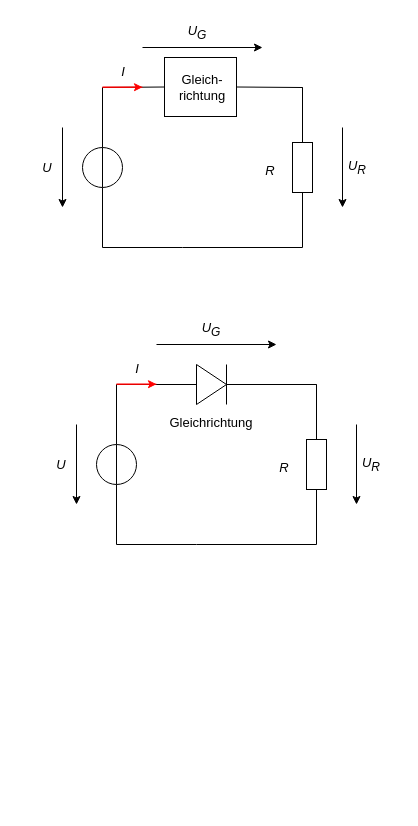
The draw.io diagram forschungspraktikum.drawio in reinlten/TPA_Kolb, before the edit. Source tidied: cells renumbered, new cells numbered last; positions are measured from the earlier drawing's top-left corner, leaving out a move shared by most shapes. Both pictures are drawn from the tidied source at 100%, with x=0, y=0 at pixel (17, 17).
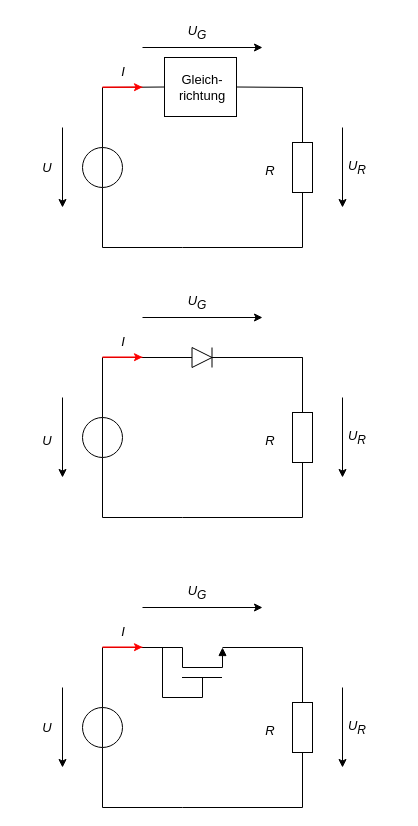
After the change.

The edit, as a diff of the source:
```diff
@@
-    <mxCell id="21" style="endArrow=none;html=1;rounded=0;fontSize=13;" parent="1" edge="1">
-      <mxGeometry relative="1" as="geometry">
-        <mxPoint x="99" y="367" as="sourcePoint" />
-        <mxPoint x="179" y="367" as="targetPoint" />
-      </mxGeometry>
-    </mxCell>
@@
-    <mxCell id="23" style="endArrow=none;html=1;rounded=0;fontSize=13;" parent="1" edge="1" source="26">
-      <mxGeometry relative="1" as="geometry">
-        <mxPoint x="99" y="367" as="targetPoint" />
-      </mxGeometry>
-    </mxCell>
-    <mxCell id="24" style="endArrow=none;html=1;rounded=0;fontSize=13;" parent="1" edge="1">
-      <mxGeometry relative="1" as="geometry">
-        <mxPoint x="99" y="527" as="sourcePoint" />
-        <mxPoint x="179" y="527" as="targetPoint" />
-      </mxGeometry>
-    </mxCell>
-    <mxCell id="25" style="endArrow=none;html=1;rounded=0;fontSize=13;" parent="1" edge="1" target="26">
-      <mxGeometry relative="1" as="geometry">
-        <mxPoint x="99" y="527" as="sourcePoint" />
-      </mxGeometry>
-    </mxCell>
-    <mxCell id="26" style="ellipse;whiteSpace=wrap;html=1;fontSize=13;" parent="1" vertex="1">
-      <mxGeometry x="79" y="427" width="40" height="40" as="geometry" />
-    </mxCell>
-    <mxCell id="27" style="endArrow=none;html=1;rounded=0;exitX=0.5;exitY=1;exitDx=0;exitDy=0;entryX=0.5;entryY=0;entryDx=0;entryDy=0;fontSize=13;" parent="1" edge="1" source="26" target="26">
-      <mxGeometry relative="1" as="geometry" />
-    </mxCell>
-    <mxCell id="28" style="triangle;whiteSpace=wrap;html=1;fontSize=13;" parent="1" vertex="1">
-      <mxGeometry x="179" y="347" width="30" height="40" as="geometry" />
-    </mxCell>
-    <mxCell id="29" style="endArrow=none;html=1;rounded=0;fontSize=13;" parent="1" edge="1">
-      <mxGeometry relative="1" as="geometry">
-        <mxPoint x="209" y="387" as="sourcePoint" />
-        <mxPoint x="209" y="347" as="targetPoint" />
-      </mxGeometry>
-    </mxCell>
-    <mxCell id="30" style="endArrow=none;html=1;rounded=0;fontSize=13;" parent="1" edge="1" source="32">
-      <mxGeometry relative="1" as="geometry">
-        <mxPoint x="179" y="527" as="targetPoint" />
-        <Array as="points">
-          <mxPoint x="299" y="367" />
-          <mxPoint x="299" y="527" />
-        </Array>
-      </mxGeometry>
-    </mxCell>
-    <mxCell id="31" style="endArrow=none;html=1;rounded=0;fontSize=13;" parent="1" edge="1">
-      <mxGeometry relative="1" as="geometry">
-        <mxPoint x="209" y="367" as="sourcePoint" />
-        <mxPoint x="299" y="367" as="targetPoint" />
-      </mxGeometry>
-    </mxCell>
-    <mxCell id="32" style="rounded=0;whiteSpace=wrap;html=1;fontSize=13;" parent="1" vertex="1">
-      <mxGeometry x="289" y="422" width="20" height="50" as="geometry" />
-    </mxCell>
-    <mxCell id="33" style="endArrow=classic;html=1;rounded=0;fontSize=13;" parent="1" edge="1">
-      <mxGeometry relative="1" as="geometry">
-        <mxPoint x="59" y="407" as="sourcePoint" />
-        <mxPoint x="59" y="487" as="targetPoint" />
-      </mxGeometry>
-    </mxCell>
-    <mxCell id="34" style="endArrow=classic;html=1;rounded=0;fontSize=13;" parent="1" edge="1">
-      <mxGeometry relative="1" as="geometry">
-        <mxPoint x="139" y="327" as="sourcePoint" />
-        <mxPoint x="259" y="327" as="targetPoint" />
-      </mxGeometry>
-    </mxCell>
-    <mxCell id="35" style="endArrow=classic;html=1;rounded=0;fontSize=13;" parent="1" edge="1">
-      <mxGeometry relative="1" as="geometry">
-        <mxPoint x="339" y="407" as="sourcePoint" />
-        <mxPoint x="339" y="487" as="targetPoint" />
-      </mxGeometry>
-    </mxCell>
-    <mxCell id="36" style="endArrow=classic;html=1;rounded=0;strokeColor=#ff0000;fontSize=13;" parent="1" edge="1">
-      <mxGeometry relative="1" as="geometry">
-        <mxPoint x="139" y="366.7" as="sourcePoint" />
-        <mxPoint x="139" y="366.7" as="targetPoint" />
-        <Array as="points">
-          <mxPoint x="99" y="366.7" />
-        </Array>
-      </mxGeometry>
-    </mxCell>
-    <mxCell id="37" value="&lt;i style=&quot;font-size: 13px;&quot;&gt;U&lt;/i&gt;" style="text;strokeColor=none;align=center;fillColor=none;html=1;verticalAlign=middle;whiteSpace=wrap;rounded=0;fontSize=13;" parent="1" vertex="1">
-      <mxGeometry x="14" y="432" width="60" height="30" as="geometry" />
-    </mxCell>
-    <mxCell id="38" value="&lt;i style=&quot;&quot;&gt;U&lt;sub style=&quot;&quot;&gt;&lt;font style=&quot;font-size: 12px;&quot;&gt;R&lt;/font&gt;&lt;/sub&gt;&lt;/i&gt;" style="text;strokeColor=none;align=center;fillColor=none;html=1;verticalAlign=middle;whiteSpace=wrap;rounded=0;fontSize=13;" parent="1" vertex="1">
-      <mxGeometry x="324" y="432" width="60" height="30" as="geometry" />
-    </mxCell>
-    <mxCell id="39" value="&lt;i style=&quot;&quot;&gt;U&lt;sub style=&quot;&quot;&gt;&lt;font style=&quot;font-size: 12px;&quot;&gt;G&lt;/font&gt;&lt;/sub&gt;&lt;/i&gt;" style="text;strokeColor=none;align=center;fillColor=none;html=1;verticalAlign=middle;whiteSpace=wrap;rounded=0;fontSize=13;" parent="1" vertex="1">
-      <mxGeometry x="164" y="297" width="60" height="30" as="geometry" />
-    </mxCell>
-    <mxCell id="40" value="&lt;i style=&quot;font-size: 13px;&quot;&gt;I&lt;/i&gt;" style="text;strokeColor=none;align=center;fillColor=none;html=1;verticalAlign=middle;whiteSpace=wrap;rounded=0;fontSize=13;" parent="1" vertex="1">
-      <mxGeometry x="90" y="336" width="60" height="30" as="geometry" />
-    </mxCell>
-    <mxCell id="41" value="&lt;i style=&quot;font-size: 13px;&quot;&gt;R&lt;/i&gt;" style="text;strokeColor=none;align=center;fillColor=none;html=1;verticalAlign=middle;whiteSpace=wrap;rounded=0;fontSize=13;" parent="1" vertex="1">
-      <mxGeometry x="237" y="435" width="60" height="30" as="geometry" />
-    </mxCell>
-    <mxCell id="42" value="Gleichrichtung" style="text;strokeColor=none;align=center;fillColor=none;html=1;verticalAlign=middle;whiteSpace=wrap;rounded=0;fontSize=13;" parent="1" vertex="1">
-      <mxGeometry x="143" y="390" width="102" height="30" as="geometry" />
-    </mxCell>
+    <mxCell id="43" style="endArrow=none;html=1;rounded=0;fontSize=13;entryX=0;entryY=0.5;entryDx=0;entryDy=0;" parent="1" edge="1" target="61">
+      <mxGeometry relative="1" as="geometry">
+        <mxPoint x="85" y="340" as="sourcePoint" />
+      </mxGeometry>
+    </mxCell>
+    <mxCell id="44" style="endArrow=none;html=1;rounded=0;fontSize=13;" parent="1" edge="1" source="47">
+      <mxGeometry relative="1" as="geometry">
+        <mxPoint x="85" y="340" as="targetPoint" />
+      </mxGeometry>
+    </mxCell>
+    <mxCell id="45" style="endArrow=none;html=1;rounded=0;fontSize=13;" parent="1" edge="1">
+      <mxGeometry relative="1" as="geometry">
+        <mxPoint x="85" y="500" as="sourcePoint" />
+        <mxPoint x="165" y="500" as="targetPoint" />
+      </mxGeometry>
+    </mxCell>
+    <mxCell id="46" style="endArrow=none;html=1;rounded=0;fontSize=13;" parent="1" edge="1" target="47">
+      <mxGeometry relative="1" as="geometry">
+        <mxPoint x="85" y="500" as="sourcePoint" />
+      </mxGeometry>
+    </mxCell>
+    <mxCell id="47" style="ellipse;whiteSpace=wrap;html=1;fontSize=13;" parent="1" vertex="1">
+      <mxGeometry x="65" y="400" width="40" height="40" as="geometry" />
+    </mxCell>
+    <mxCell id="48" style="endArrow=none;html=1;rounded=0;exitX=0.5;exitY=1;exitDx=0;exitDy=0;entryX=0.5;entryY=0;entryDx=0;entryDy=0;fontSize=13;" parent="1" edge="1" source="47" target="47">
+      <mxGeometry relative="1" as="geometry" />
+    </mxCell>
+    <mxCell id="49" style="endArrow=none;html=1;rounded=0;fontSize=13;" parent="1" edge="1" source="51">
+      <mxGeometry relative="1" as="geometry">
+        <mxPoint x="165" y="500" as="targetPoint" />
+        <Array as="points">
+          <mxPoint x="285" y="340" />
+          <mxPoint x="285" y="500" />
+        </Array>
+      </mxGeometry>
+    </mxCell>
+    <mxCell id="50" style="endArrow=none;html=1;rounded=0;fontSize=13;exitX=1;exitY=0.5;exitDx=0;exitDy=0;" parent="1" edge="1" source="61">
+      <mxGeometry relative="1" as="geometry">
+        <mxPoint x="285" y="340" as="targetPoint" />
+      </mxGeometry>
+    </mxCell>
+    <mxCell id="51" style="rounded=0;whiteSpace=wrap;html=1;fontSize=13;" parent="1" vertex="1">
+      <mxGeometry x="275" y="395" width="20" height="50" as="geometry" />
+    </mxCell>
+    <mxCell id="52" style="endArrow=classic;html=1;rounded=0;fontSize=13;" parent="1" edge="1">
+      <mxGeometry relative="1" as="geometry">
+        <mxPoint x="45" y="380" as="sourcePoint" />
+        <mxPoint x="45" y="460" as="targetPoint" />
+      </mxGeometry>
+    </mxCell>
+    <mxCell id="53" style="endArrow=classic;html=1;rounded=0;fontSize=13;" parent="1" edge="1">
+      <mxGeometry relative="1" as="geometry">
+        <mxPoint x="125" y="300" as="sourcePoint" />
+        <mxPoint x="245" y="300" as="targetPoint" />
+      </mxGeometry>
+    </mxCell>
+    <mxCell id="54" style="endArrow=classic;html=1;rounded=0;fontSize=13;" parent="1" edge="1">
+      <mxGeometry relative="1" as="geometry">
+        <mxPoint x="325" y="380" as="sourcePoint" />
+        <mxPoint x="325" y="460" as="targetPoint" />
+      </mxGeometry>
+    </mxCell>
+    <mxCell id="55" style="endArrow=classic;html=1;rounded=0;strokeColor=#ff0000;fontSize=13;" parent="1" edge="1">
+      <mxGeometry relative="1" as="geometry">
+        <mxPoint x="125" y="339.7" as="sourcePoint" />
+        <mxPoint x="125" y="339.7" as="targetPoint" />
+        <Array as="points">
+          <mxPoint x="85" y="339.7" />
+        </Array>
+      </mxGeometry>
+    </mxCell>
+    <mxCell id="56" value="&lt;i style=&quot;font-size: 13px;&quot;&gt;U&lt;/i&gt;" style="text;strokeColor=none;align=center;fillColor=none;html=1;verticalAlign=middle;whiteSpace=wrap;rounded=0;fontSize=13;" parent="1" vertex="1">
+      <mxGeometry y="408" width="60" height="30" as="geometry" />
+    </mxCell>
+    <mxCell id="57" value="&lt;i style=&quot;&quot;&gt;U&lt;sub style=&quot;&quot;&gt;&lt;font style=&quot;font-size: 12px;&quot;&gt;R&lt;/font&gt;&lt;/sub&gt;&lt;/i&gt;" style="text;strokeColor=none;align=center;fillColor=none;html=1;verticalAlign=middle;whiteSpace=wrap;rounded=0;fontSize=13;" parent="1" vertex="1">
+      <mxGeometry x="310" y="405" width="60" height="30" as="geometry" />
+    </mxCell>
+    <mxCell id="58" value="&lt;i style=&quot;&quot;&gt;U&lt;sub style=&quot;&quot;&gt;&lt;font style=&quot;font-size: 12px;&quot;&gt;G&lt;/font&gt;&lt;/sub&gt;&lt;/i&gt;" style="text;strokeColor=none;align=center;fillColor=none;html=1;verticalAlign=middle;whiteSpace=wrap;rounded=0;fontSize=13;" parent="1" vertex="1">
+      <mxGeometry x="150" y="270" width="60" height="30" as="geometry" />
+    </mxCell>
+    <mxCell id="59" value="&lt;i style=&quot;font-size: 13px;&quot;&gt;I&lt;/i&gt;" style="text;strokeColor=none;align=center;fillColor=none;html=1;verticalAlign=middle;whiteSpace=wrap;rounded=0;fontSize=13;" parent="1" vertex="1">
+      <mxGeometry x="76" y="309" width="60" height="30" as="geometry" />
+    </mxCell>
+    <mxCell id="60" value="&lt;i style=&quot;font-size: 13px;&quot;&gt;R&lt;/i&gt;" style="text;strokeColor=none;align=center;fillColor=none;html=1;verticalAlign=middle;whiteSpace=wrap;rounded=0;fontSize=13;" parent="1" vertex="1">
+      <mxGeometry x="223" y="408" width="60" height="30" as="geometry" />
+    </mxCell>
+    <mxCell id="61" style="triangle;whiteSpace=wrap;html=1;" parent="1" vertex="1">
+      <mxGeometry x="174.5" y="330" width="20" height="20" as="geometry" />
+    </mxCell>
+    <mxCell id="62" style="endArrow=none;html=1;rounded=0;" parent="1" edge="1">
+      <mxGeometry relative="1" as="geometry">
+        <mxPoint x="194.5" y="330" as="sourcePoint" />
+        <mxPoint x="194.5" y="350" as="targetPoint" />
+      </mxGeometry>
+    </mxCell>
+    <mxCell id="63" style="endArrow=none;html=1;rounded=0;fontSize=13;" parent="1" edge="1">
+      <mxGeometry relative="1" as="geometry">
+        <mxPoint x="85" y="630" as="sourcePoint" />
+        <mxPoint x="165" y="630" as="targetPoint" />
+      </mxGeometry>
+    </mxCell>
+    <mxCell id="64" style="endArrow=none;html=1;rounded=0;fontSize=13;" parent="1" edge="1" source="67">
+      <mxGeometry relative="1" as="geometry">
+        <mxPoint x="85" y="630" as="targetPoint" />
+      </mxGeometry>
+    </mxCell>
+    <mxCell id="65" style="endArrow=none;html=1;rounded=0;fontSize=13;" parent="1" edge="1">
+      <mxGeometry relative="1" as="geometry">
+        <mxPoint x="85" y="790" as="sourcePoint" />
+        <mxPoint x="165" y="790" as="targetPoint" />
+      </mxGeometry>
+    </mxCell>
+    <mxCell id="66" style="endArrow=none;html=1;rounded=0;fontSize=13;" parent="1" edge="1" target="67">
+      <mxGeometry relative="1" as="geometry">
+        <mxPoint x="85" y="790" as="sourcePoint" />
+      </mxGeometry>
+    </mxCell>
+    <mxCell id="67" style="ellipse;whiteSpace=wrap;html=1;fontSize=13;" parent="1" vertex="1">
+      <mxGeometry x="65" y="690" width="40" height="40" as="geometry" />
+    </mxCell>
+    <mxCell id="68" style="endArrow=none;html=1;rounded=0;exitX=0.5;exitY=1;exitDx=0;exitDy=0;entryX=0.5;entryY=0;entryDx=0;entryDy=0;fontSize=13;" parent="1" edge="1" source="67" target="67">
+      <mxGeometry relative="1" as="geometry" />
+    </mxCell>
+    <mxCell id="69" style="endArrow=none;html=1;rounded=0;fontSize=13;" parent="1" edge="1" source="71">
+      <mxGeometry relative="1" as="geometry">
+        <mxPoint x="165" y="790" as="targetPoint" />
+        <Array as="points">
+          <mxPoint x="285" y="630" />
+          <mxPoint x="285" y="790" />
+        </Array>
+      </mxGeometry>
+    </mxCell>
+    <mxCell id="70" style="endArrow=none;html=1;rounded=0;fontSize=13;" parent="1" edge="1">
+      <mxGeometry relative="1" as="geometry">
+        <mxPoint x="205" y="630" as="sourcePoint" />
+        <mxPoint x="285" y="630" as="targetPoint" />
+      </mxGeometry>
+    </mxCell>
+    <mxCell id="71" style="rounded=0;whiteSpace=wrap;html=1;fontSize=13;" parent="1" vertex="1">
+      <mxGeometry x="275" y="685" width="20" height="50" as="geometry" />
+    </mxCell>
+    <mxCell id="72" style="endArrow=classic;html=1;rounded=0;fontSize=13;" parent="1" edge="1">
+      <mxGeometry relative="1" as="geometry">
+        <mxPoint x="45" y="670" as="sourcePoint" />
+        <mxPoint x="45" y="750" as="targetPoint" />
+      </mxGeometry>
+    </mxCell>
+    <mxCell id="73" style="endArrow=classic;html=1;rounded=0;fontSize=13;" parent="1" edge="1">
+      <mxGeometry relative="1" as="geometry">
+        <mxPoint x="125" y="590" as="sourcePoint" />
+        <mxPoint x="245" y="590" as="targetPoint" />
+      </mxGeometry>
+    </mxCell>
+    <mxCell id="74" style="endArrow=classic;html=1;rounded=0;fontSize=13;" parent="1" edge="1">
+      <mxGeometry relative="1" as="geometry">
+        <mxPoint x="325" y="670" as="sourcePoint" />
+        <mxPoint x="325" y="750" as="targetPoint" />
+      </mxGeometry>
+    </mxCell>
+    <mxCell id="75" style="endArrow=classic;html=1;rounded=0;strokeColor=#ff0000;fontSize=13;" parent="1" edge="1">
+      <mxGeometry relative="1" as="geometry">
+        <mxPoint x="125" y="629.7" as="sourcePoint" />
+        <mxPoint x="125" y="629.7" as="targetPoint" />
+        <Array as="points">
+          <mxPoint x="85" y="629.7" />
+        </Array>
+      </mxGeometry>
+    </mxCell>
+    <mxCell id="76" value="&lt;i style=&quot;&quot;&gt;U&lt;sub style=&quot;&quot;&gt;&lt;font style=&quot;font-size: 12px;&quot;&gt;R&lt;/font&gt;&lt;/sub&gt;&lt;/i&gt;" style="text;strokeColor=none;align=center;fillColor=none;html=1;verticalAlign=middle;whiteSpace=wrap;rounded=0;fontSize=13;" parent="1" vertex="1">
+      <mxGeometry x="310" y="695" width="60" height="30" as="geometry" />
+    </mxCell>
+    <mxCell id="77" value="&lt;i style=&quot;&quot;&gt;U&lt;sub style=&quot;&quot;&gt;&lt;font style=&quot;font-size: 12px;&quot;&gt;G&lt;/font&gt;&lt;/sub&gt;&lt;/i&gt;" style="text;strokeColor=none;align=center;fillColor=none;html=1;verticalAlign=middle;whiteSpace=wrap;rounded=0;fontSize=13;" parent="1" vertex="1">
+      <mxGeometry x="150" y="560" width="60" height="30" as="geometry" />
+    </mxCell>
+    <mxCell id="78" value="&lt;i style=&quot;font-size: 13px;&quot;&gt;I&lt;/i&gt;" style="text;strokeColor=none;align=center;fillColor=none;html=1;verticalAlign=middle;whiteSpace=wrap;rounded=0;fontSize=13;" parent="1" vertex="1">
+      <mxGeometry x="76" y="599" width="60" height="30" as="geometry" />
+    </mxCell>
+    <mxCell id="79" value="&lt;i style=&quot;font-size: 13px;&quot;&gt;R&lt;/i&gt;" style="text;strokeColor=none;align=center;fillColor=none;html=1;verticalAlign=middle;whiteSpace=wrap;rounded=0;fontSize=13;" parent="1" vertex="1">
+      <mxGeometry x="223" y="698" width="60" height="30" as="geometry" />
+    </mxCell>
+    <mxCell id="80" style="endArrow=block;html=1;rounded=0;startArrow=none;startFill=0;endFill=1;" parent="1" edge="1">
+      <mxGeometry relative="1" as="geometry">
+        <mxPoint x="165" y="630" as="sourcePoint" />
+        <mxPoint x="205" y="630" as="targetPoint" />
+        <Array as="points">
+          <mxPoint x="165" y="650" />
+          <mxPoint x="205" y="650" />
+        </Array>
+      </mxGeometry>
+    </mxCell>
+    <mxCell id="81" style="endArrow=none;html=1;rounded=0;" parent="1" edge="1">
+      <mxGeometry relative="1" as="geometry">
+        <mxPoint x="164.5" y="660" as="sourcePoint" />
+        <mxPoint x="204.5" y="660" as="targetPoint" />
+      </mxGeometry>
+    </mxCell>
+    <mxCell id="82" style="endArrow=none;html=1;rounded=0;" parent="1" edge="1">
+      <mxGeometry relative="1" as="geometry">
+        <mxPoint x="145" y="630" as="sourcePoint" />
+        <mxPoint x="185" y="660" as="targetPoint" />
+        <Array as="points">
+          <mxPoint x="145" y="680" />
+          <mxPoint x="185" y="680" />
+        </Array>
+      </mxGeometry>
+    </mxCell>
+    <mxCell id="83" value="&lt;i style=&quot;font-size: 13px;&quot;&gt;U&lt;/i&gt;" style="text;strokeColor=none;align=center;fillColor=none;html=1;verticalAlign=middle;whiteSpace=wrap;rounded=0;fontSize=13;" parent="1" vertex="1">
+      <mxGeometry y="695" width="60" height="30" as="geometry" />
+    </mxCell>
```
